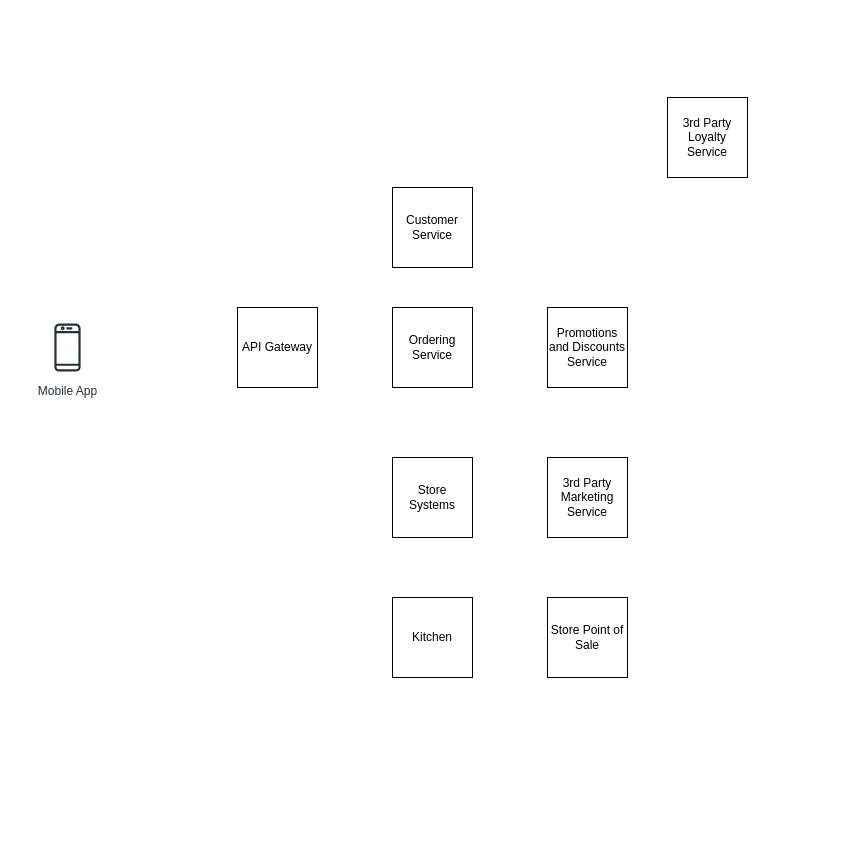
Earlier version of the draw.io diagram PromotionsDiscountsRewards.drawio (ApurvProjects/Diagrams). Source tidied: cells renumbered, new cells numbered last; positions are measured from the earlier drawing's top-left corner, leaving out a move shared by most shapes. Both pictures are drawn from the tidied source at 100%, with x=0, y=0 at pixel (37, 97).
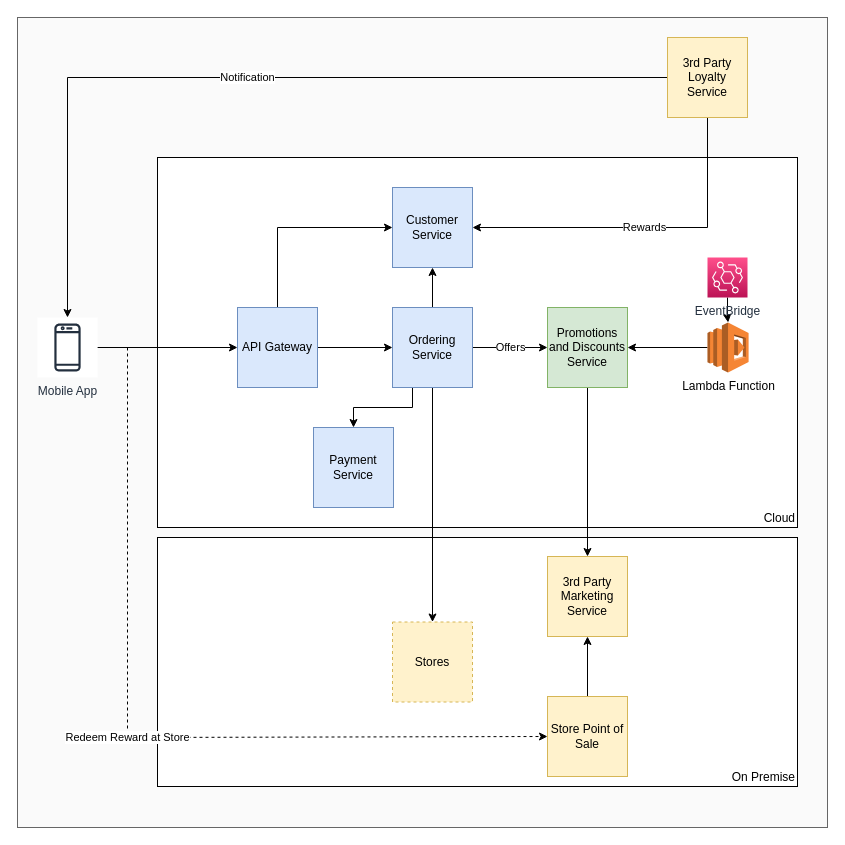
The same diagram, later.

Unchanged cells that the change refers to:
```xml
<mxCell id="2" value="Mobile App" style="sketch=0;outlineConnect=0;fontColor=#232F3E;gradientColor=none;strokeColor=#232F3E;fillColor=#ffffff;dashed=0;verticalLabelPosition=bottom;verticalAlign=top;align=center;html=1;fontSize=12;fontStyle=0;shape=mxgraph.aws4.resourceIcon;resIcon=mxgraph.aws4.mobile_client;" parent="1" vertex="1">
  <mxGeometry y="220" width="60" height="60" as="geometry" />
</mxCell>
```

Change to the diagram source:
```diff
@@
+    <mxCell id="12" style="whiteSpace=wrap;html=1;fillColor=#f5f5f5;strokeColor=#666666;fontColor=#333333;fillOpacity=50;" parent="1" vertex="1">
+      <mxGeometry x="-20" y="-80" width="810" height="810" as="geometry" />
+    </mxCell>
+    <mxCell id="13" value="On Premise" style="rounded=0;whiteSpace=wrap;html=1;verticalAlign=bottom;align=right;" parent="1" vertex="1">
+      <mxGeometry x="120" y="440" width="640" height="249" as="geometry" />
+    </mxCell>
+    <mxCell id="14" value="Cloud" style="rounded=0;whiteSpace=wrap;html=1;align=right;verticalAlign=bottom;" parent="1" vertex="1">
+      <mxGeometry x="120" y="60" width="640" height="370" as="geometry" />
+    </mxCell>
+    <mxCell id="15" style="edgeStyle=orthogonalEdgeStyle;rounded=0;jettySize=auto;html=1;" parent="1" edge="1" source="2" target="3">
+      <mxGeometry relative="1" as="geometry" />
+    </mxCell>
+    <mxCell id="16" value="Redeem Reward at Store" style="edgeStyle=orthogonalEdgeStyle;rounded=0;jettySize=auto;html=1;entryX=0;entryY=0.5;entryDx=0;entryDy=0;dashed=1;" parent="1" edge="1" source="2" target="11">
+      <mxGeometry relative="1" as="geometry">
+        <Array as="points">
+          <mxPoint x="90" y="250" />
+          <mxPoint x="90" y="640" />
+        </Array>
+      </mxGeometry>
+    </mxCell>
@@
+    <mxCell id="17" style="edgeStyle=orthogonalEdgeStyle;rounded=0;jettySize=auto;html=1;exitX=0.5;exitY=0;exitDx=0;exitDy=0;entryX=0;entryY=0.5;entryDx=0;entryDy=0;" parent="1" edge="1" source="3" target="7">
+      <mxGeometry relative="1" as="geometry" />
+    </mxCell>
+    <mxCell id="18" style="edgeStyle=orthogonalEdgeStyle;rounded=0;jettySize=auto;html=1;exitX=1;exitY=0.5;exitDx=0;exitDy=0;entryX=0;entryY=0.5;entryDx=0;entryDy=0;" parent="1" edge="1" source="3" target="4">
+      <mxGeometry relative="1" as="geometry" />
+    </mxCell>
-    <mxCell id="3" value="API Gateway" style="whiteSpace=wrap;html=1;" parent="1" vertex="1">
+    <mxCell id="3" value="API Gateway" style="whiteSpace=wrap;html=1;fillColor=#dae8fc;strokeColor=#6c8ebf;" parent="1" vertex="1">
       <mxGeometry x="200" y="210" width="80" height="80" as="geometry" />
     </mxCell>
+    <mxCell id="19" style="edgeStyle=orthogonalEdgeStyle;rounded=0;jettySize=auto;html=1;exitX=0.5;exitY=1;exitDx=0;exitDy=0;entryX=0.5;entryY=0;entryDx=0;entryDy=0;" parent="1" edge="1" source="4" target="9">
+      <mxGeometry relative="1" as="geometry" />
+    </mxCell>
+    <mxCell id="20" value="Offers" style="edgeStyle=orthogonalEdgeStyle;rounded=0;jettySize=auto;html=1;exitX=1;exitY=0.5;exitDx=0;exitDy=0;" parent="1" edge="1" source="4" target="5">
+      <mxGeometry relative="1" as="geometry" />
+    </mxCell>
+    <mxCell id="21" style="edgeStyle=orthogonalEdgeStyle;rounded=0;jettySize=auto;html=1;exitX=0.5;exitY=0;exitDx=0;exitDy=0;entryX=0.5;entryY=1;entryDx=0;entryDy=0;" parent="1" edge="1" source="4" target="7">
+      <mxGeometry relative="1" as="geometry" />
+    </mxCell>
+    <mxCell id="22" style="edgeStyle=orthogonalEdgeStyle;rounded=0;jettySize=auto;html=1;exitX=0.25;exitY=1;exitDx=0;exitDy=0;entryX=0.5;entryY=0;entryDx=0;entryDy=0;" parent="1" edge="1" source="4" target="27">
+      <mxGeometry relative="1" as="geometry" />
+    </mxCell>
-    <mxCell id="4" value="Ordering Service" style="whiteSpace=wrap;html=1;" parent="1" vertex="1">
+    <mxCell id="4" value="Ordering Service" style="whiteSpace=wrap;html=1;fillColor=#dae8fc;strokeColor=#6c8ebf;" parent="1" vertex="1">
       <mxGeometry x="355" y="210" width="80" height="80" as="geometry" />
     </mxCell>
+    <mxCell id="23" style="edgeStyle=orthogonalEdgeStyle;rounded=0;jettySize=auto;html=1;exitX=0.5;exitY=1;exitDx=0;exitDy=0;entryX=0.5;entryY=0;entryDx=0;entryDy=0;" parent="1" edge="1" source="5" target="6">
+      <mxGeometry relative="1" as="geometry" />
+    </mxCell>
-    <mxCell id="5" value="Promotions and Discounts Service" style="whiteSpace=wrap;html=1;" parent="1" vertex="1">
+    <mxCell id="5" value="Promotions and Discounts Service" style="whiteSpace=wrap;html=1;fillColor=#d5e8d4;strokeColor=#82b366;" parent="1" vertex="1">
       <mxGeometry x="510" y="210" width="80" height="80" as="geometry" />
     </mxCell>
-    <mxCell id="6" value="3rd Party Marketing Service" style="whiteSpace=wrap;html=1;" parent="1" vertex="1">
-      <mxGeometry x="510" y="360" width="80" height="80" as="geometry" />
+    <mxCell id="6" value="3rd Party Marketing Service" style="whiteSpace=wrap;html=1;fillColor=#fff2cc;strokeColor=#d6b656;" parent="1" vertex="1">
+      <mxGeometry x="510" y="459" width="80" height="80" as="geometry" />
     </mxCell>
-    <mxCell id="7" value="Customer Service" style="whiteSpace=wrap;html=1;" parent="1" vertex="1">
+    <mxCell id="7" value="Customer Service" style="whiteSpace=wrap;html=1;fillColor=#dae8fc;strokeColor=#6c8ebf;" parent="1" vertex="1">
       <mxGeometry x="355" y="90" width="80" height="80" as="geometry" />
     </mxCell>
+    <mxCell id="24" value="Notification" style="edgeStyle=orthogonalEdgeStyle;rounded=0;jettySize=auto;html=1;exitX=0;exitY=0.5;exitDx=0;exitDy=0;" parent="1" edge="1" source="8" target="2">
+      <mxGeometry relative="1" as="geometry" />
+    </mxCell>
+    <mxCell id="25" value="Rewards" style="edgeStyle=orthogonalEdgeStyle;rounded=0;jettySize=auto;html=1;exitX=0.5;exitY=1;exitDx=0;exitDy=0;entryX=1;entryY=0.5;entryDx=0;entryDy=0;" parent="1" edge="1" source="8" target="7">
+      <mxGeometry relative="1" as="geometry" />
+    </mxCell>
-    <mxCell id="8" value="3rd Party Loyalty Service" style="whiteSpace=wrap;html=1;" parent="1" vertex="1">
-      <mxGeometry x="630" width="80" height="80" as="geometry" />
+    <mxCell id="8" value="3rd Party Loyalty Service" style="whiteSpace=wrap;html=1;fillColor=#fff2cc;strokeColor=#d6b656;" parent="1" vertex="1">
+      <mxGeometry x="630" y="-60" width="80" height="80" as="geometry" />
     </mxCell>
-    <mxCell id="9" value="Store Systems" style="whiteSpace=wrap;html=1;" parent="1" vertex="1">
-      <mxGeometry x="355" y="360" width="80" height="80" as="geometry" />
+    <mxCell id="9" value="Stores" style="whiteSpace=wrap;html=1;dashed=1;fillColor=#fff2cc;strokeColor=#d6b656;" parent="1" vertex="1">
+      <mxGeometry x="355" y="524.5" width="80" height="80" as="geometry" />
     </mxCell>
-    <mxCell id="10" value="Kitchen" style="whiteSpace=wrap;html=1;" parent="1" vertex="1">
-      <mxGeometry x="355" y="500" width="80" height="80" as="geometry" />
-    </mxCell>
+    <mxCell id="26" style="edgeStyle=orthogonalEdgeStyle;rounded=0;jettySize=auto;html=1;exitX=0.5;exitY=0;exitDx=0;exitDy=0;entryX=0.5;entryY=1;entryDx=0;entryDy=0;" parent="1" edge="1" source="11" target="6">
+      <mxGeometry relative="1" as="geometry" />
+    </mxCell>
-    <mxCell id="11" value="Store Point of Sale" style="whiteSpace=wrap;html=1;" parent="1" vertex="1">
-      <mxGeometry x="510" y="500" width="80" height="80" as="geometry" />
+    <mxCell id="11" value="Store Point of Sale" style="whiteSpace=wrap;html=1;fillColor=#fff2cc;strokeColor=#d6b656;" parent="1" vertex="1">
+      <mxGeometry x="510" y="599" width="80" height="80" as="geometry" />
     </mxCell>
+    <mxCell id="27" value="Payment Service" style="whiteSpace=wrap;html=1;fillColor=#dae8fc;strokeColor=#6c8ebf;" parent="1" vertex="1">
+      <mxGeometry x="276" y="330" width="80" height="80" as="geometry" />
+    </mxCell>
+    <mxCell id="28" style="edgeStyle=orthogonalEdgeStyle;rounded=0;jettySize=auto;html=1;exitX=0.5;exitY=1;exitDx=0;exitDy=0;exitPerimeter=0;" parent="1" edge="1" source="29" target="31">
+      <mxGeometry relative="1" as="geometry" />
+    </mxCell>
+    <mxCell id="29" value="EventBridge" style="sketch=0;points=[[0,0,0],[0.25,0,0],[0.5,0,0],[0.75,0,0],[1,0,0],[0,1,0],[0.25,1,0],[0.5,1,0],[0.75,1,0],[1,1,0],[0,0.25,0],[0,0.5,0],[0,0.75,0],[1,0.25,0],[1,0.5,0],[1,0.75,0]];outlineConnect=0;fontColor=#232F3E;gradientColor=#FF4F8B;gradientDirection=north;fillColor=#BC1356;strokeColor=#ffffff;dashed=0;verticalLabelPosition=bottom;verticalAlign=top;align=center;html=1;fontSize=12;fontStyle=0;shape=mxgraph.aws4.resourceIcon;resIcon=mxgraph.aws4.eventbridge;" parent="1" vertex="1">
+      <mxGeometry x="670" y="160" width="40" height="40" as="geometry" />
+    </mxCell>
+    <mxCell id="30" style="edgeStyle=orthogonalEdgeStyle;rounded=0;jettySize=auto;html=1;exitX=0;exitY=0.5;exitDx=0;exitDy=0;exitPerimeter=0;" parent="1" edge="1" source="31" target="5">
+      <mxGeometry relative="1" as="geometry" />
+    </mxCell>
+    <mxCell id="31" value="Lambda Function" style="outlineConnect=0;dashed=0;verticalLabelPosition=bottom;verticalAlign=top;align=center;html=1;shape=mxgraph.aws3.lambda;fillColor=#F58534;gradientColor=none;" parent="1" vertex="1">
+      <mxGeometry x="670" y="225" width="41.1" height="50" as="geometry" />
+    </mxCell>
```
